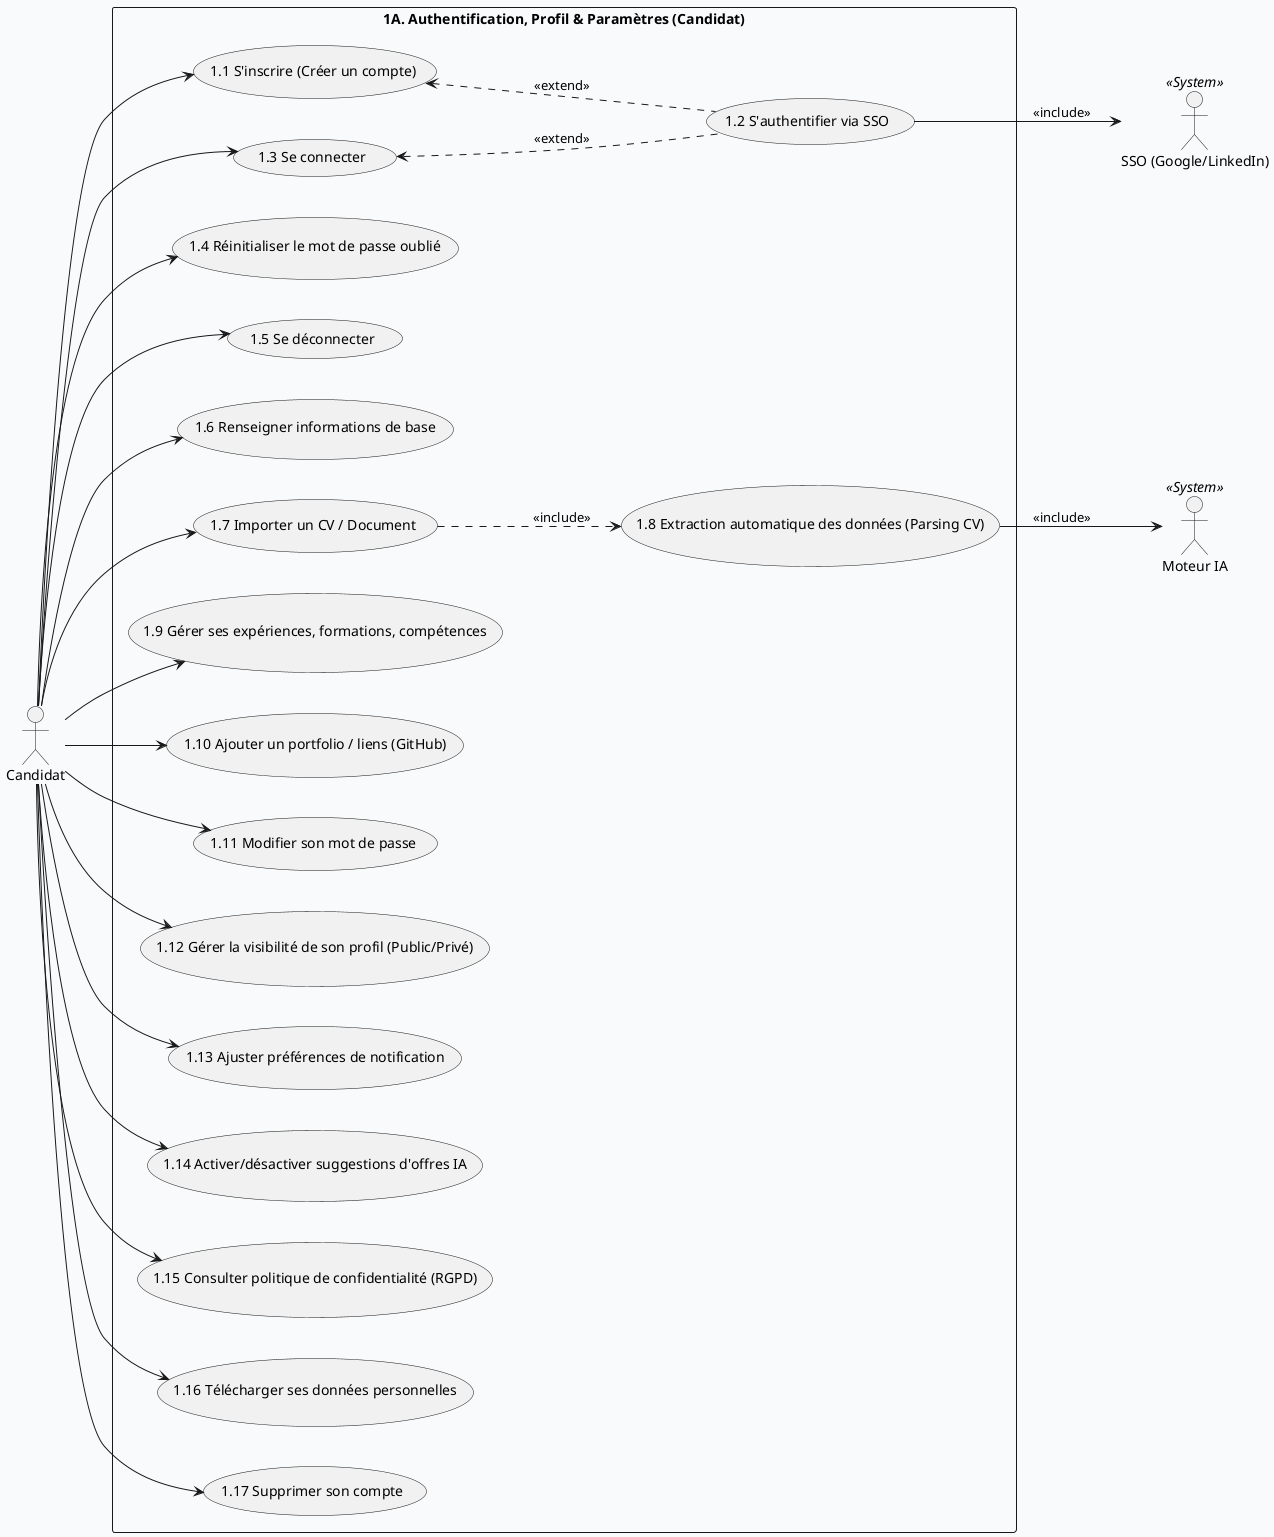
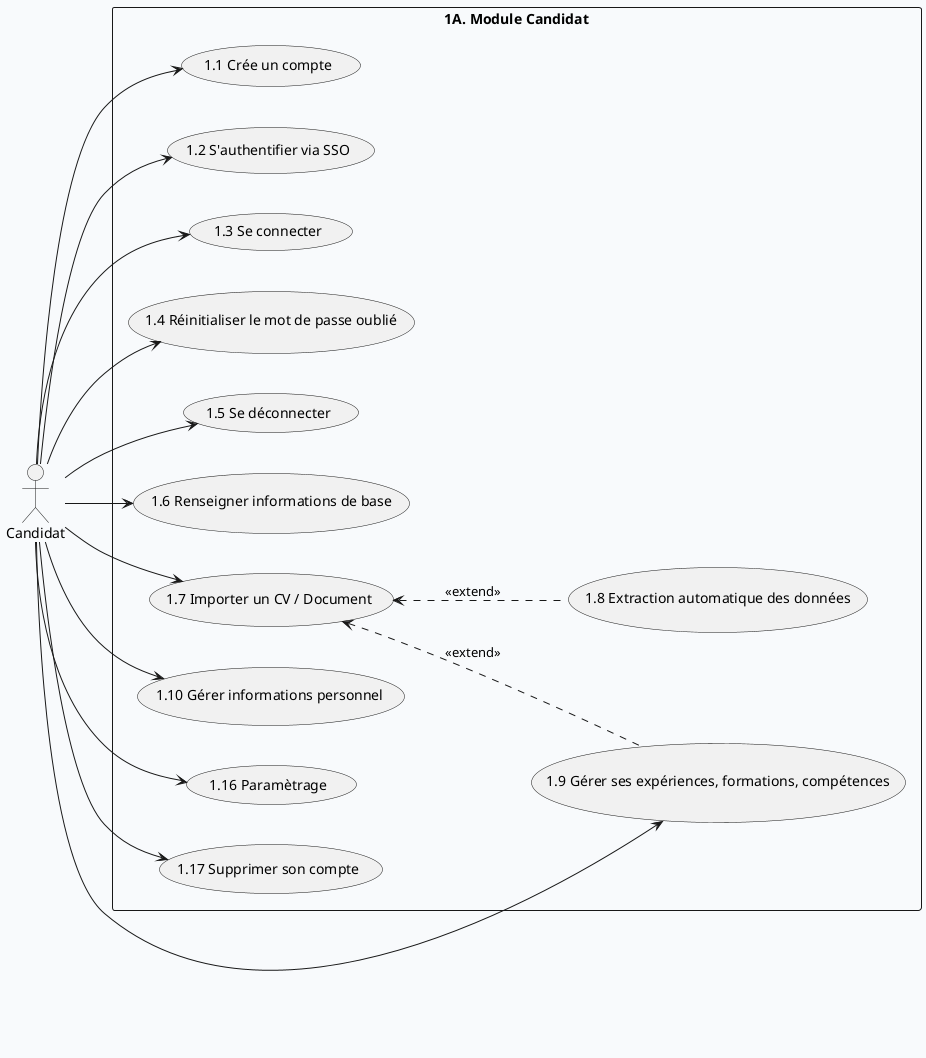
@startuml Module_1_Partie_Candidat
skinparam backgroundColor #F8FAFC
skinparam defaultFontName Arial
skinparam nodesep 40
skinparam ranksep 60
left to right direction

actor "Candidat" as C
- actor "SSO (Google/LinkedIn)" as OAUTH <<System>>
- actor "Moteur IA" as IA <<System>>

- rectangle "1A. Authentification, Profil & Paramètres (Candidat)" {
-   usecase "1.1 S'inscrire (Créer un compte)" as UC1_1
+ rectangle "1A. Module Candidat" {
+   usecase "1.1 Crée un compte" as UC1_1
  usecase "1.2 S'authentifier via SSO" as UC1_2
  usecase "1.3 Se connecter" as UC1_3
  usecase "1.4 Réinitialiser le mot de passe oublié" as UC1_4
  usecase "1.5 Se déconnecter" as UC1_5

  usecase "1.6 Renseigner informations de base" as UC1_6
  usecase "1.7 Importer un CV / Document" as UC1_7
-   usecase "1.8 Extraction automatique des données (Parsing CV)" as UC1_8
+   usecase "1.8 Extraction automatique des données" as UC1_8
  usecase "1.9 Gérer ses expériences, formations, compétences" as UC1_9
-   usecase "1.10 Ajouter un portfolio / liens (GitHub)" as UC1_10
+   usecase "1.10 Gérer informations personnel " as UC1_12

-   usecase "1.11 Modifier son mot de passe" as UC1_11
-   usecase "1.12 Gérer la visibilité de son profil (Public/Privé)" as UC1_12
-   usecase "1.13 Ajuster préférences de notification" as UC1_13
-   usecase "1.14 Activer/désactiver suggestions d'offres IA" as UC1_14
-   usecase "1.15 Consulter politique de confidentialité (RGPD)" as UC1_15
-   usecase "1.16 Télécharger ses données personnelles" as UC1_16
+   usecase "1.16 Paramètrage" as UC1_16
  usecase "1.17 Supprimer son compte" as UC1_17
}

C --> UC1_1
+ C --> UC1_2
C --> UC1_3
C --> UC1_4
C --> UC1_5

C --> UC1_6
C --> UC1_7
C --> UC1_9
- C --> UC1_10
- 
- C --> UC1_11
C --> UC1_12
- C --> UC1_13
- C --> UC1_14
- C --> UC1_15
C --> UC1_16
C --> UC1_17

- UC1_1 <.. UC1_2 : <<extend>>
- UC1_3 <.. UC1_2 : <<extend>>
- UC1_2 --> OAUTH : <<include>>
+ UC1_7 <.. UC1_8 : <<extend>>
+ UC1_7 <.. UC1_9 : <<extend>>

- UC1_7 ..> UC1_8 : <<include>>
- UC1_8 --> IA : <<include>>
@enduml